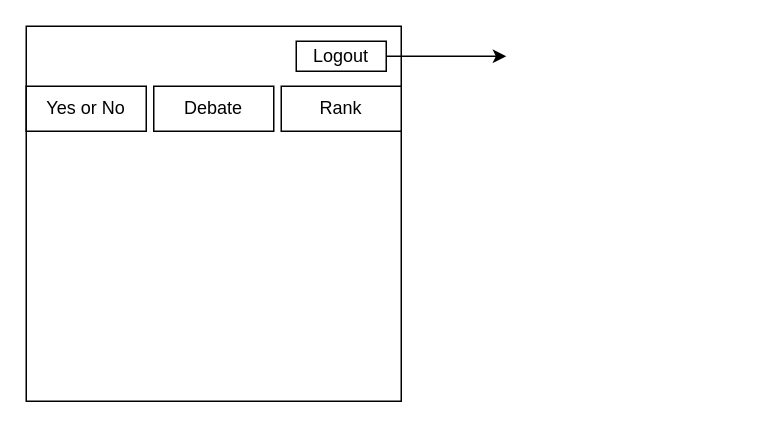
The draw.io diagram drawio_images/swpp201901_debate_Diagram.drawio in monchana/TalkCraft, before the edit. Source tidied: cells renumbered, new cells numbered last; positions are measured from the earlier drawing's top-left corner, leaving out a move shared by most shapes. Both pictures are drawn from the tidied source at 150%, with x=0, y=0 at pixel (26, 26).
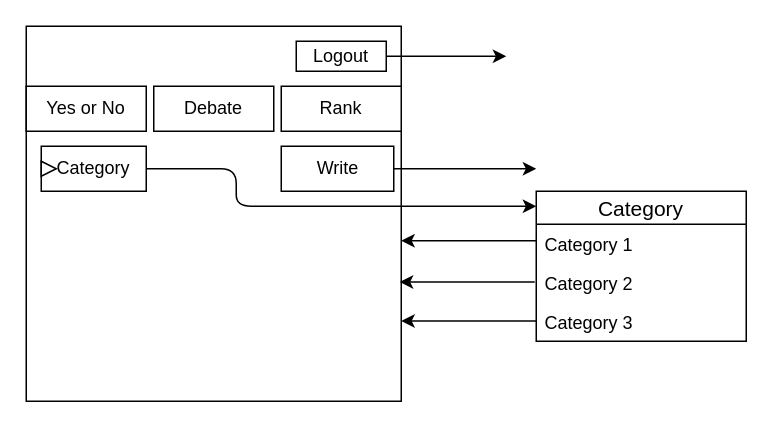
Above is the later version.

The edit, as a diff of the source:
```diff
@@
+    <mxCell id="12" value="Category" style="html=1;whiteSpace=wrap;" parent="1" vertex="1">
+      <mxGeometry x="10" y="80" width="70" height="30" as="geometry" />
+    </mxCell>
+    <mxCell id="13" style="triangle;html=1;whiteSpace=wrap;" parent="12" vertex="1">
+      <mxGeometry y="10" width="10" height="10" as="geometry" />
+    </mxCell>
+    <mxCell id="14" style="rounded=0;whiteSpace=wrap;html=1;" parent="1" vertex="1">
+      <mxGeometry x="170" y="80" width="75" height="30" as="geometry" />
+    </mxCell>
+    <mxCell id="15" value="Write" style="text;html=1;strokeColor=none;fillColor=none;align=center;verticalAlign=middle;whiteSpace=wrap;rounded=0;" parent="1" vertex="1">
+      <mxGeometry x="187.5" y="85" width="40" height="20" as="geometry" />
+    </mxCell>
+    <mxCell id="16" style="endArrow=classic;html=1;" parent="1" edge="1">
+      <mxGeometry relative="1" as="geometry">
+        <mxPoint x="245" y="95" as="sourcePoint" />
+        <mxPoint x="340" y="95" as="targetPoint" />
+      </mxGeometry>
+    </mxCell>
+    <mxCell id="17" style="endArrow=classic;html=1;" parent="1" edge="1">
+      <mxGeometry relative="1" as="geometry">
+        <mxPoint x="80" y="95" as="sourcePoint" />
+        <mxPoint x="340" y="120" as="targetPoint" />
+        <Array as="points">
+          <mxPoint x="140" y="95" />
+          <mxPoint x="140" y="120" />
+        </Array>
+      </mxGeometry>
+    </mxCell>
+    <mxCell id="18" value="Category" style="swimlane;fontStyle=0;horizontal=1;startSize=22;fillColor=none;swimlaneFillColor=#ffffff;align=center;fontSize=14;" parent="1" vertex="1">
+      <mxGeometry x="340" y="110" width="140" height="100" as="geometry" />
+    </mxCell>
+    <mxCell id="19" value="Category 1" style="text;strokeColor=none;fillColor=none;spacingLeft=4;spacingRight=4;overflow=hidden;fontSize=12;" parent="18" vertex="1">
+      <mxGeometry y="22" width="140" height="26" as="geometry" />
+    </mxCell>
+    <mxCell id="20" value="Category 2" style="text;strokeColor=none;fillColor=none;spacingLeft=4;spacingRight=4;overflow=hidden;fontSize=12;" parent="18" vertex="1">
+      <mxGeometry y="48" width="140" height="26" as="geometry" />
+    </mxCell>
+    <mxCell id="21" value="Category 3" style="text;strokeColor=none;fillColor=none;spacingLeft=4;spacingRight=4;overflow=hidden;fontSize=12;" parent="18" vertex="1">
+      <mxGeometry y="74" width="140" height="26" as="geometry" />
+    </mxCell>
+    <mxCell id="22" style="endArrow=classic;html=1;" parent="1" edge="1">
+      <mxGeometry relative="1" as="geometry">
+        <mxPoint x="340" y="143" as="sourcePoint" />
+        <mxPoint x="250" y="143" as="targetPoint" />
+      </mxGeometry>
+    </mxCell>
+    <mxCell id="23" style="endArrow=classic;html=1;" parent="1" edge="1">
+      <mxGeometry relative="1" as="geometry">
+        <mxPoint x="339" y="170.5" as="sourcePoint" />
+        <mxPoint x="249" y="170.5" as="targetPoint" />
+      </mxGeometry>
+    </mxCell>
+    <mxCell id="24" style="endArrow=classic;html=1;" parent="1" edge="1">
+      <mxGeometry relative="1" as="geometry">
+        <mxPoint x="340" y="196.5" as="sourcePoint" />
+        <mxPoint x="250" y="196.5" as="targetPoint" />
+      </mxGeometry>
+    </mxCell>
```
